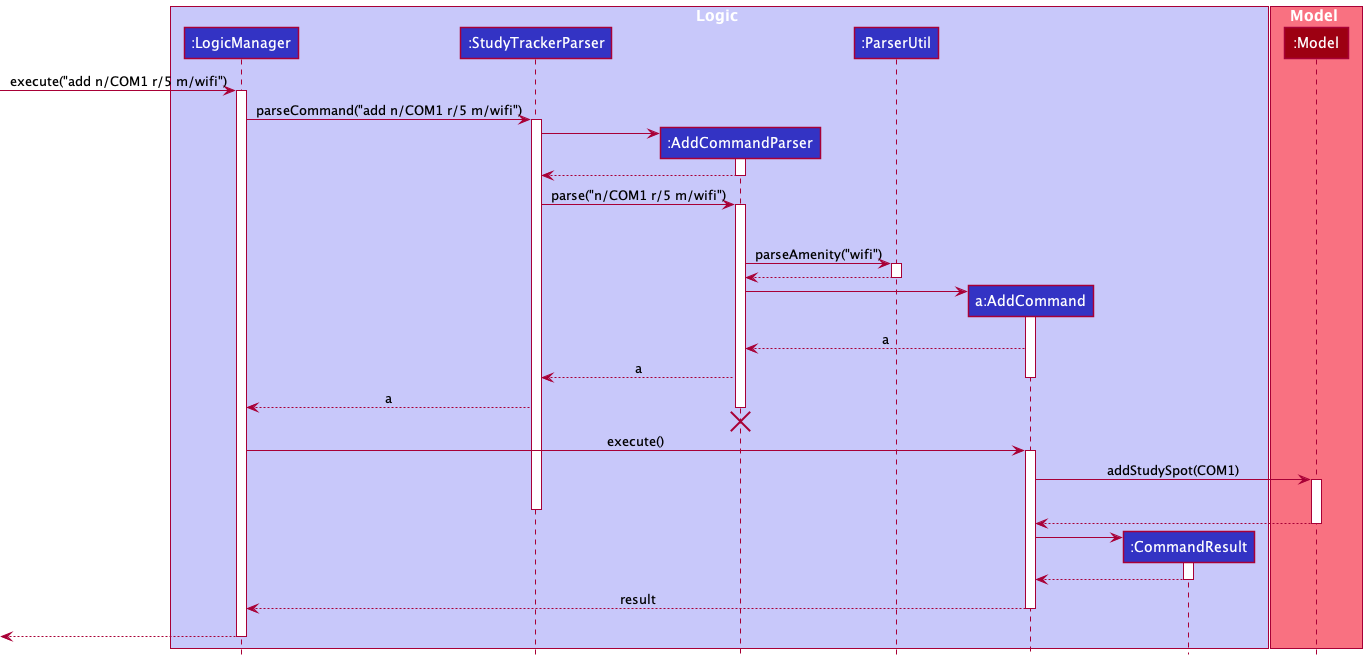
Earlier version of the PlantUML export docs/images/AddAmenitySequenceDiagram.png (ruoyann/tp). The source it was exported from:
```plantuml
@startuml
!include style.puml

box Logic LOGIC_COLOR_T1
participant ":LogicManager" as LogicManager LOGIC_COLOR
participant ":StudyTrackerParser" as StudyTrackerParser LOGIC_COLOR
participant ":AddCommandParser" as AddCommandParser LOGIC_COLOR
participant ":ParserUtil" as ParserUtil LOGIC_COLOR
participant "a:AddCommand" as AddCommand LOGIC_COLOR
participant ":CommandResult" as CommandResult LOGIC_COLOR
end box

box Model MODEL_COLOR_T1
participant ":Model" as Model MODEL_COLOR
end box

[-> LogicManager : execute("add n/COM1 r/5 m/wifi")
activate LogicManager

LogicManager -> StudyTrackerParser : parseCommand("add n/COM1 r/5 m/wifi")
activate StudyTrackerParser

create AddCommandParser
StudyTrackerParser -> AddCommandParser
activate AddCommandParser

AddCommandParser --> StudyTrackerParser
deactivate AddCommandParser

StudyTrackerParser -> AddCommandParser : parse("n/COM1 r/5 m/wifi")
activate AddCommandParser

deactivate ParserUtil

AddCommandParser -> ParserUtil : parseAmenity("wifi")
activate ParserUtil
ParserUtil --> AddCommandParser
deactivate ParserUtil

create AddCommand
AddCommandParser -> AddCommand
activate AddCommand

AddCommand --> AddCommandParser : a
AddCommandParser --> StudyTrackerParser : a
deactivate AddCommand

StudyTrackerParser --> LogicManager : a
deactivate AddCommandParser
AddCommandParser -[hidden]-> StudyTrackerParser
destroy AddCommandParser

LogicManager -> AddCommand : execute()
activate AddCommand

AddCommand -> Model : addStudySpot(COM1)
activate Model
deactivate StudyTrackerParser

Model --> AddCommand
deactivate Model

create CommandResult
AddCommand -> CommandResult
activate CommandResult

CommandResult --> AddCommand
deactivate CommandResult

AddCommand --> LogicManager : result
deactivate AddCommand
deactivate AddCommandParser
AddCommandParser -[hidden]-> StudyTrackerParser

[<--LogicManager
deactivate LogicManager
@enduml
```
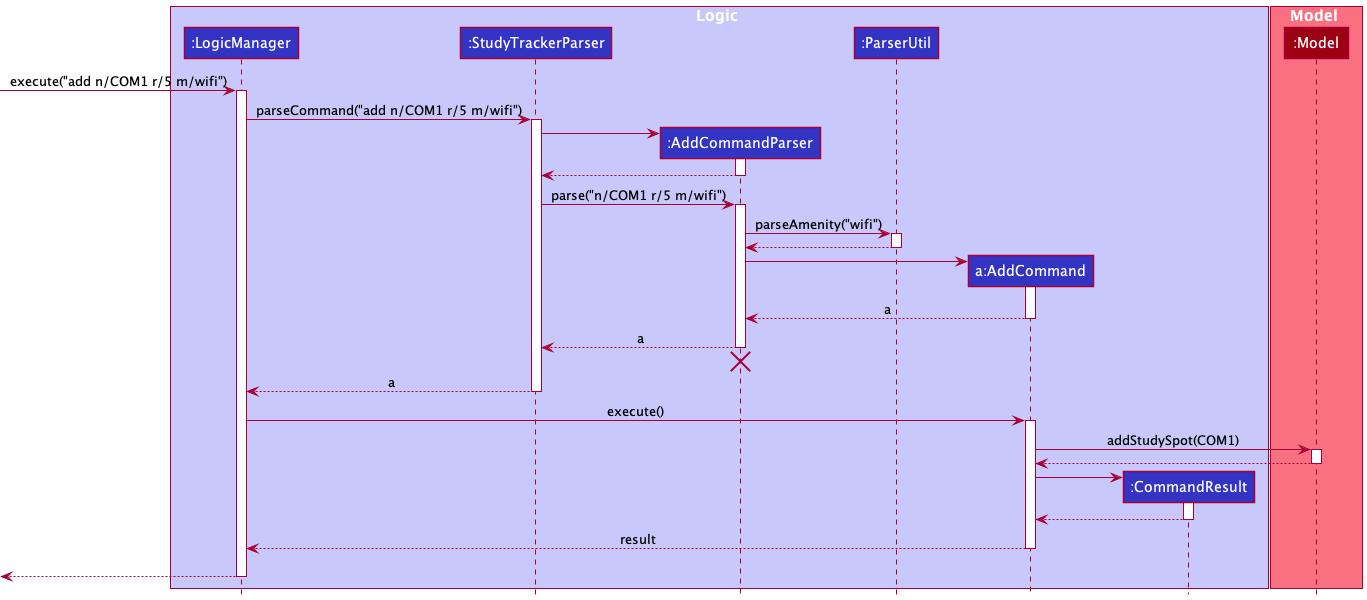
Later version of the same file.

Commit message:
Fix wrong deactivation of studytrackerparser

What changed in the source:
```diff
@@ -30,8 +30,6 @@
 StudyTrackerParser -> AddCommandParser : parse("n/COM1 r/5 m/wifi")
 activate AddCommandParser
 
-deactivate ParserUtil
-
 AddCommandParser -> ParserUtil : parseAmenity("wifi")
 activate ParserUtil
 ParserUtil --> AddCommandParser
@@ -42,20 +40,21 @@
 activate AddCommand
 
 AddCommand --> AddCommandParser : a
-AddCommandParser --> StudyTrackerParser : a
 deactivate AddCommand
 
-StudyTrackerParser --> LogicManager : a
+AddCommandParser --> StudyTrackerParser : a
 deactivate AddCommandParser
 AddCommandParser -[hidden]-> StudyTrackerParser
 destroy AddCommandParser
+
+StudyTrackerParser --> LogicManager : a
+deactivate StudyTrackerParser
 
 LogicManager -> AddCommand : execute()
 activate AddCommand
 
 AddCommand -> Model : addStudySpot(COM1)
 activate Model
-deactivate StudyTrackerParser
 
 Model --> AddCommand
 deactivate Model
```
